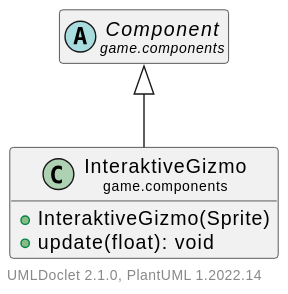
Hirschiii/JavaGameEngine keeps this PlantUML diagram as doc/javadoc/game/components/InteraktiveGizmo.svg. Above is the earlier version. Source of this version:
```plantuml
@startuml
    set namespaceSeparator none
    hide empty fields
    hide empty methods

    class "<size:14>InteraktiveGizmo\n<size:10>game.components" as game.components.InteraktiveGizmo [[InteraktiveGizmo.html]] {
        +InteraktiveGizmo(Sprite)
        +update(float): void
    }

    abstract class "<size:14>Component\n<size:10>game.components" as game.components.Component [[Component.html]]

    game.components.Component <|-- game.components.InteraktiveGizmo

    center footer UMLDoclet 2.1.0, PlantUML %version()
@enduml
```
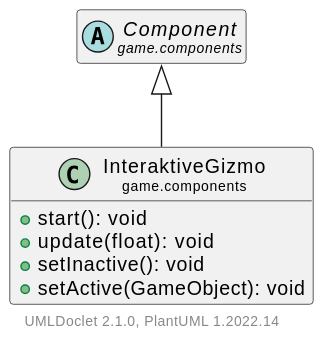
The same file after the commit.

The edit, as a diff of the source:
```diff
@@ -4,8 +4,10 @@
     hide empty methods
 
     class "<size:14>InteraktiveGizmo\n<size:10>game.components" as game.components.InteraktiveGizmo [[InteraktiveGizmo.html]] {
-        +InteraktiveGizmo(Sprite)
+        +start(): void
         +update(float): void
+        +setInactive(): void
+        +setActive(GameObject): void
     }
 
     abstract class "<size:14>Component\n<size:10>game.components" as game.components.Component [[Component.html]]
```
